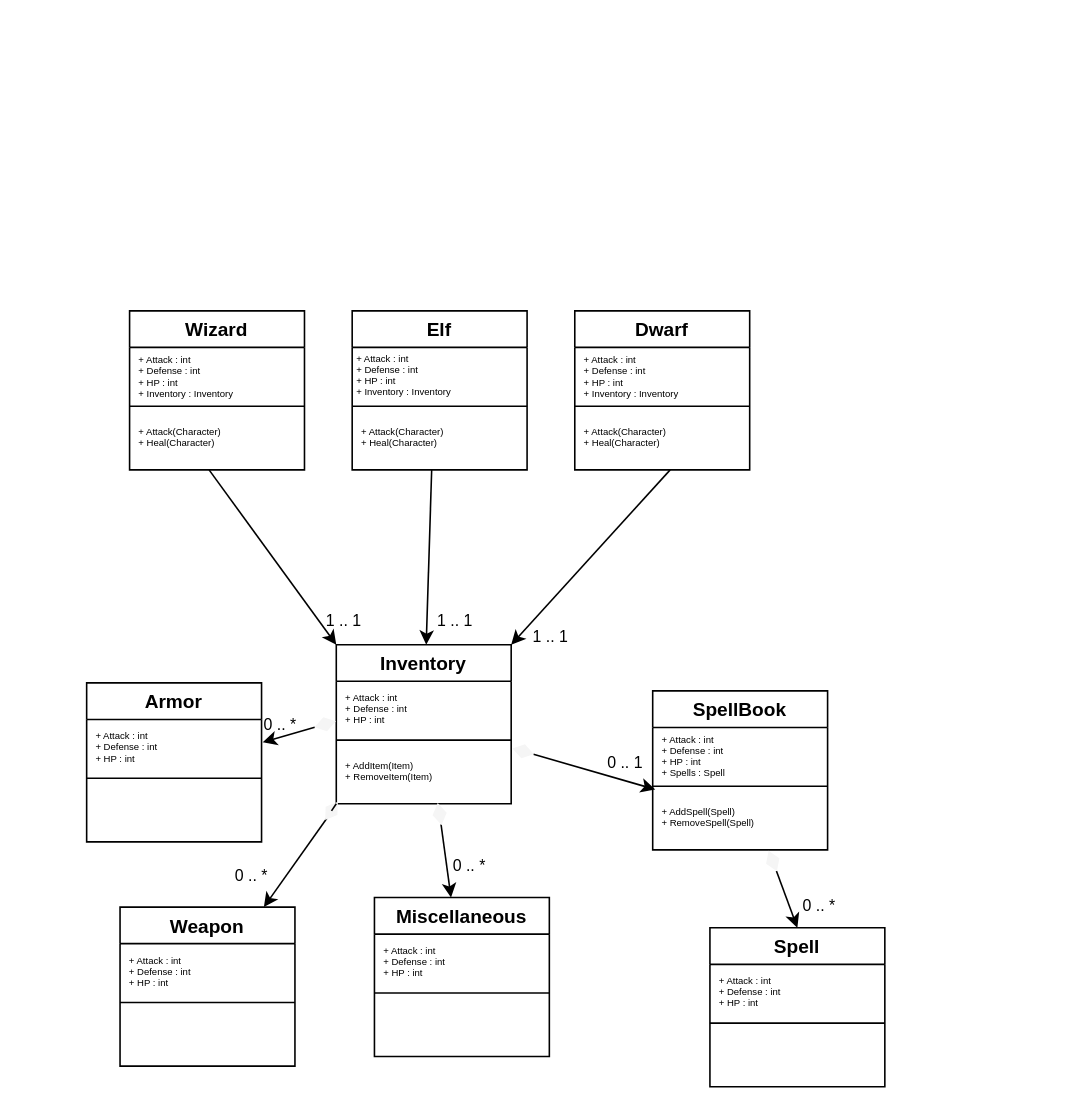
Above: Diagramas UML.drawio in charlis96/RolePlayGame_1_Start (draw.io), before the change. Source tidied: cells renumbered, new cells numbered last; positions are measured from the earlier drawing's top-left corner, leaving out a move shared by most shapes. Both pictures are drawn from the tidied source at 159%, with x=0, y=0 at pixel (86, 310).
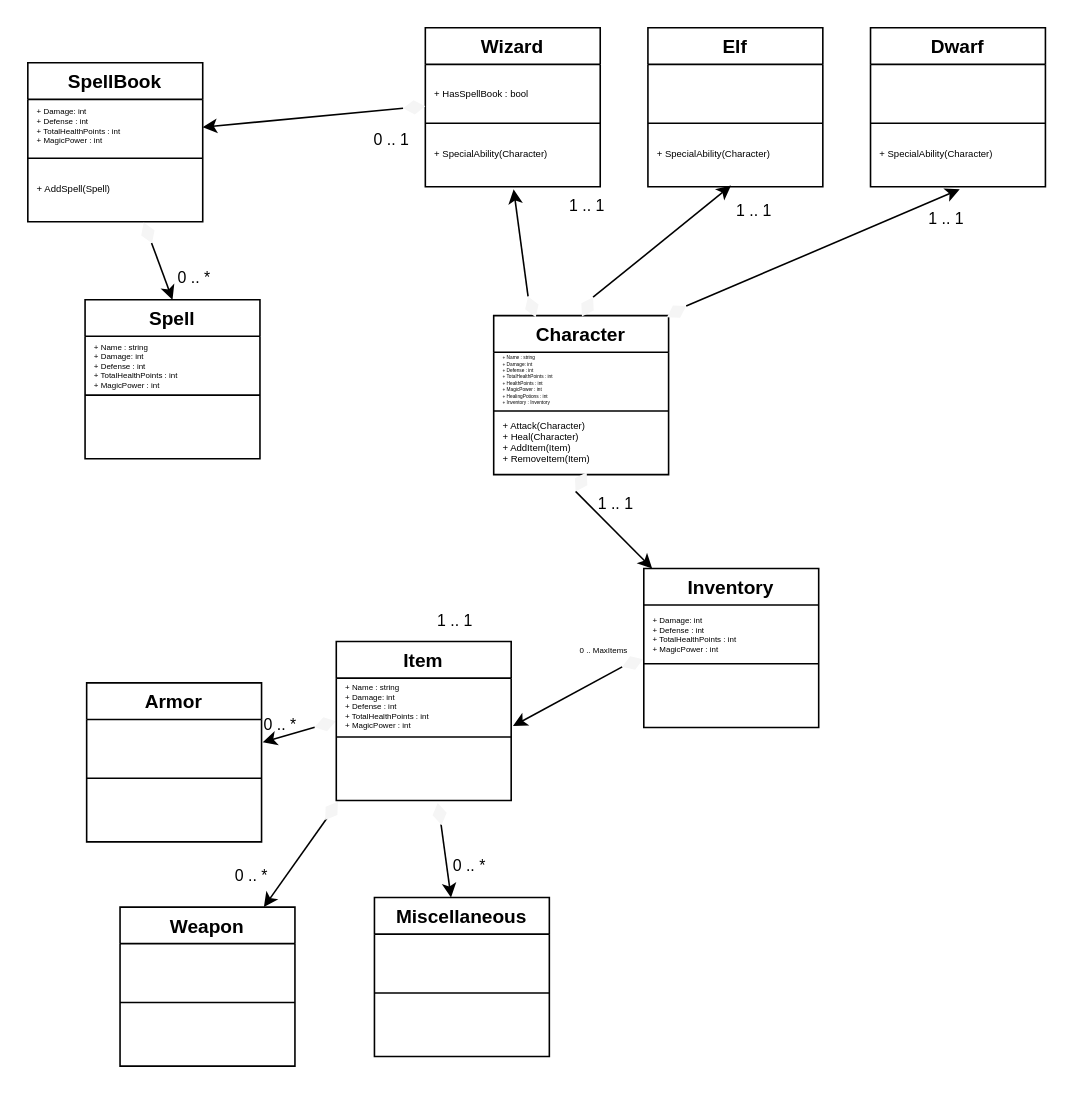
The same diagram, later.

Unchanged cells that the change refers to:
```xml
<mxCell id="27" value="Weapon" style="swimlane;" parent="1" vertex="1">
  <mxGeometry x="21" y="375" width="110" height="100" as="geometry" />
</mxCell>
<mxCell id="30" value="Armor" style="swimlane;" parent="1" vertex="1">
  <mxGeometry y="234" width="110" height="100" as="geometry" />
</mxCell>
<mxCell id="33" value="Miscellaneous" style="swimlane;" parent="1" vertex="1">
  <mxGeometry x="181" y="369" width="110" height="100" as="geometry" />
</mxCell>
<mxCell id="50" style="rhombus;whiteSpace=wrap;html=1;fontSize=6;fillColor=#f5f5f5;fontColor=#333333;strokeColor=none;rotation=-15;" parent="1" vertex="1">
  <mxGeometry x="143" y="255.5" width="14" height="9" as="geometry" />
</mxCell>
<mxCell id="52" style="rhombus;whiteSpace=wrap;html=1;fontSize=6;fillColor=#f5f5f5;fontColor=#333333;strokeColor=none;rotation=-55;" parent="1" vertex="1">
  <mxGeometry x="147" y="310" width="14" height="9" as="geometry" />
</mxCell>
<mxCell id="54" style="rhombus;whiteSpace=wrap;html=1;fontSize=6;fillColor=#f5f5f5;fontColor=#333333;strokeColor=none;rotation=-100;" parent="1" vertex="1">
  <mxGeometry x="215" y="312" width="14" height="9" as="geometry" />
</mxCell>
```

Diff of the diagram source:
```diff
@@
     <mxCell id="2" value="Elf" style="swimlane;" parent="1" vertex="1">
-      <mxGeometry x="167" width="110" height="100" as="geometry" />
+      <mxGeometry x="353" y="-178" width="110" height="100" as="geometry" />
     </mxCell>
@@
-    <mxCell id="4" value="+ Attack(Character)&#10;+ Heal(Character)" style="text;strokeColor=none;fillColor=none;align=left;verticalAlign=middle;spacingLeft=4;spacingRight=4;overflow=hidden;fontSize=6;" parent="2" vertex="1">
-      <mxGeometry y="70" width="70" height="20" as="geometry" />
-    </mxCell>
-    <mxCell id="5" value="+ Attack : int&#10;+ Defense : int&#10;+ HP : int&#10;+ Inventory : Inventory" style="text;strokeColor=none;fillColor=none;align=left;verticalAlign=middle;spacingLeft=4;spacingRight=4;overflow=hidden;fontSize=6;" parent="2" vertex="1">
-      <mxGeometry x="-3" y="24" width="80" height="34" as="geometry" />
-    </mxCell>
+    <mxCell id="59" value="+ SpecialAbility(Character)" style="text;strokeColor=none;fillColor=none;align=left;verticalAlign=middle;spacingLeft=4;spacingRight=4;overflow=hidden;points=[[0,0.5],[1,0.5]];portConstraint=eastwest;fontSize=6;" parent="2" vertex="1">
+      <mxGeometry y="60" width="110" height="40" as="geometry" />
+    </mxCell>
     <mxCell id="6" value="Wizard" style="swimlane;" parent="1" vertex="1">
-      <mxGeometry x="27" width="110" height="100" as="geometry" />
+      <mxGeometry x="213" y="-178" width="110" height="100" as="geometry" />
     </mxCell>
-    <mxCell id="7" value="+ Attack : int&#10;+ Defense : int&#10;+ HP : int&#10;+ Inventory : Inventory" style="text;strokeColor=none;fillColor=none;align=left;verticalAlign=middle;spacingLeft=4;spacingRight=4;overflow=hidden;fontSize=6;" parent="6" vertex="1">
-      <mxGeometry y="26" width="80" height="32" as="geometry" />
-    </mxCell>
-    <mxCell id="8" value="+ Attack(Character)&#10;+ Heal(Character)" style="text;strokeColor=none;fillColor=none;align=left;verticalAlign=middle;spacingLeft=4;spacingRight=4;overflow=hidden;points=[[0,0.5],[1,0.5]];portConstraint=eastwest;fontSize=6;" parent="6" vertex="1">
-      <mxGeometry y="70" width="70" height="20" as="geometry" />
+    <mxCell id="8" value="+ SpecialAbility(Character)" style="text;strokeColor=none;fillColor=none;align=left;verticalAlign=middle;spacingLeft=4;spacingRight=4;overflow=hidden;points=[[0,0.5],[1,0.5]];portConstraint=eastwest;fontSize=6;" parent="6" vertex="1">
+      <mxGeometry y="60" width="110" height="40" as="geometry" />
     </mxCell>
@@
+    <mxCell id="60" value="+ HasSpellBook : bool" style="text;strokeColor=none;fillColor=none;align=left;verticalAlign=middle;spacingLeft=4;spacingRight=4;overflow=hidden;fontSize=6;" parent="6" vertex="1">
+      <mxGeometry y="24" width="110" height="36" as="geometry" />
+    </mxCell>
     <mxCell id="10" value="Dwarf" style="swimlane;" parent="1" vertex="1">
-      <mxGeometry x="307" width="110" height="100" as="geometry" />
+      <mxGeometry x="493" y="-178" width="110" height="100" as="geometry" />
     </mxCell>
@@
-    <mxCell id="12" value="+ Attack(Character)&#10;+ Heal(Character)" style="text;strokeColor=none;fillColor=none;align=left;verticalAlign=middle;spacingLeft=4;spacingRight=4;overflow=hidden;fontSize=6;" parent="10" vertex="1">
-      <mxGeometry y="70" width="70" height="20" as="geometry" />
-    </mxCell>
-    <mxCell id="13" value="+ Attack : int&#10;+ Defense : int&#10;+ HP : int&#10;+ Inventory : Inventory" style="text;strokeColor=none;fillColor=none;align=left;verticalAlign=middle;spacingLeft=4;spacingRight=4;overflow=hidden;fontSize=6;" parent="10" vertex="1">
-      <mxGeometry y="26" width="80" height="32" as="geometry" />
-    </mxCell>
+    <mxCell id="61" value="+ SpecialAbility(Character)" style="text;strokeColor=none;fillColor=none;align=left;verticalAlign=middle;spacingLeft=4;spacingRight=4;overflow=hidden;points=[[0,0.5],[1,0.5]];portConstraint=eastwest;fontSize=6;" parent="10" vertex="1">
+      <mxGeometry y="60" width="110" height="40" as="geometry" />
+    </mxCell>
@@
-    <mxCell id="16" style="edgeStyle=none;html=1;fontSize=6;startArrow=none;" parent="1" edge="1" source="56">
-      <mxGeometry relative="1" as="geometry">
-        <mxPoint x="357.6" y="301" as="targetPoint" />
-      </mxGeometry>
-    </mxCell>
     <mxCell id="17" value="Inventory" style="swimlane;" parent="1" vertex="1">
-      <mxGeometry x="157" y="210" width="110" height="100" as="geometry" />
+      <mxGeometry x="350.4" y="162" width="110" height="100" as="geometry" />
     </mxCell>
-    <mxCell id="18" value="+ Attack : int&#10;+ Defense : int&#10;+ HP : int" style="text;strokeColor=none;fillColor=none;align=left;verticalAlign=middle;spacingLeft=4;spacingRight=4;overflow=hidden;points=[[0,0.5],[1,0.5]];portConstraint=eastwest;fontSize=6;" parent="17" vertex="1">
-      <mxGeometry y="26" width="60" height="30" as="geometry" />
-    </mxCell>
-    <mxCell id="19" value="+ AddItem(Item)&#10;+ RemoveItem(Item)" style="text;strokeColor=none;fillColor=none;align=left;verticalAlign=middle;spacingLeft=4;spacingRight=4;overflow=hidden;fontSize=6;" parent="17" vertex="1">
-      <mxGeometry y="70" width="80" height="20" as="geometry" />
-    </mxCell>
@@
-    <mxCell id="21" style="endArrow=classic;html=1;entryX=0;entryY=0;entryDx=0;entryDy=0;" parent="1" edge="1" target="17">
-      <mxGeometry relative="1" as="geometry">
-        <mxPoint x="77" y="100" as="sourcePoint" />
-      </mxGeometry>
-    </mxCell>
+    <mxCell id="62" value="+ Damage: int&#10;+ Defense : int&#10;+ TotalHealthPoints : int&#10;+ MagicPower : int" style="text;strokeColor=none;fillColor=none;align=left;verticalAlign=middle;spacingLeft=4;spacingRight=4;overflow=hidden;fontSize=5;" parent="17" vertex="1">
+      <mxGeometry y="24" width="110" height="37" as="geometry" />
+    </mxCell>
-    <mxCell id="22" style="endArrow=classic;html=1;" parent="1" edge="1" target="17">
-      <mxGeometry relative="1" as="geometry">
-        <mxPoint x="217" y="100" as="sourcePoint" />
-      </mxGeometry>
+    <mxCell id="22" style="endArrow=classic;html=1;exitX=0;exitY=0.5;exitDx=0;exitDy=0;" parent="1" edge="1" source="76" target="17">
+      <mxGeometry relative="1" as="geometry" />
     </mxCell>
-    <mxCell id="23" style="endArrow=classic;html=1;entryX=1;entryY=0;entryDx=0;entryDy=0;" parent="1" edge="1" target="17">
-      <mxGeometry relative="1" as="geometry">
-        <mxPoint x="367" y="100" as="sourcePoint" />
-      </mxGeometry>
-    </mxCell>
-    <mxCell id="24" value="&lt;font style=&quot;font-size: 10px&quot;&gt;1 .. 1&lt;/font&gt;" style="text;html=1;strokeColor=none;fillColor=none;align=center;verticalAlign=middle;whiteSpace=wrap;rounded=0;" parent="1" vertex="1">
-      <mxGeometry x="147" y="190" width="30" height="10" as="geometry" />
-    </mxCell>
@@
-    <mxCell id="26" value="&lt;font style=&quot;font-size: 10px&quot;&gt;1 .. 1&lt;/font&gt;" style="text;html=1;strokeColor=none;fillColor=none;align=center;verticalAlign=middle;whiteSpace=wrap;rounded=0;" parent="1" vertex="1">
-      <mxGeometry x="277" y="200" width="30" height="10" as="geometry" />
-    </mxCell>
@@
-    <mxCell id="28" value="+ Attack : int&#10;+ Defense : int&#10;+ HP : int" style="text;strokeColor=none;fillColor=none;align=left;verticalAlign=middle;spacingLeft=4;spacingRight=4;overflow=hidden;fontSize=6;" parent="27" vertex="1">
-      <mxGeometry y="26" width="60" height="30" as="geometry" />
-    </mxCell>
@@
-    <mxCell id="31" value="+ Attack : int&#10;+ Defense : int&#10;+ HP : int" style="text;strokeColor=none;fillColor=none;align=left;verticalAlign=middle;spacingLeft=4;spacingRight=4;overflow=hidden;fontSize=6;" parent="30" vertex="1">
-      <mxGeometry y="26" width="60" height="30" as="geometry" />
-    </mxCell>
@@
-    <mxCell id="34" value="+ Attack : int&#10;+ Defense : int&#10;+ HP : int" style="text;strokeColor=none;fillColor=none;align=left;verticalAlign=middle;spacingLeft=4;spacingRight=4;overflow=hidden;fontSize=6;" parent="33" vertex="1">
-      <mxGeometry y="26" width="60" height="30" as="geometry" />
-    </mxCell>
@@
     <mxCell id="37" value="SpellBook" style="swimlane;" parent="1" vertex="1">
-      <mxGeometry x="356" y="239" width="110" height="100" as="geometry" />
+      <mxGeometry x="-37" y="-156" width="110" height="100" as="geometry" />
     </mxCell>
-    <mxCell id="38" value="+ Attack : int&#10;+ Defense : int&#10;+ HP : int&#10;+ Spells : Spell" style="text;strokeColor=none;fillColor=none;align=left;verticalAlign=middle;spacingLeft=4;spacingRight=4;overflow=hidden;fontSize=6;" parent="37" vertex="1">
-      <mxGeometry y="26" width="60" height="30" as="geometry" />
-    </mxCell>
@@
-    <mxCell id="40" value="+ AddSpell(Spell)&#10;+ RemoveSpell(Spell)" style="text;strokeColor=none;fillColor=none;align=left;verticalAlign=middle;spacingLeft=4;spacingRight=4;overflow=hidden;fontSize=6;" parent="37" vertex="1">
-      <mxGeometry y="65" width="72" height="30" as="geometry" />
+    <mxCell id="40" value="+ AddSpell(Spell)" style="text;strokeColor=none;fillColor=none;align=left;verticalAlign=middle;spacingLeft=4;spacingRight=4;overflow=hidden;fontSize=6;" parent="37" vertex="1">
+      <mxGeometry y="61" width="110" height="38" as="geometry" />
     </mxCell>
+    <mxCell id="63" value="+ Damage: int&#10;+ Defense : int&#10;+ TotalHealthPoints : int&#10;+ MagicPower : int" style="text;strokeColor=none;fillColor=none;align=left;verticalAlign=middle;spacingLeft=4;spacingRight=4;overflow=hidden;points=[[0,0.5],[1,0.5]];portConstraint=eastwest;fontSize=5;" parent="37" vertex="1">
+      <mxGeometry y="22" width="110" height="37" as="geometry" />
+    </mxCell>
     <mxCell id="41" value="Spell" style="swimlane;" parent="1" vertex="1">
-      <mxGeometry x="392" y="388" width="110" height="100" as="geometry" />
+      <mxGeometry x="-1" y="-7" width="110" height="100" as="geometry" />
     </mxCell>
-    <mxCell id="42" value="+ Attack : int&#10;+ Defense : int&#10;+ HP : int" style="text;strokeColor=none;fillColor=none;align=left;verticalAlign=middle;spacingLeft=4;spacingRight=4;overflow=hidden;fontSize=6;" parent="41" vertex="1">
-      <mxGeometry y="26" width="60" height="30" as="geometry" />
-    </mxCell>
@@
+    <mxCell id="64" value="+ Name : string&#10;+ Damage: int&#10;+ Defense : int&#10;+ TotalHealthPoints : int&#10;+ MagicPower : int" style="text;strokeColor=none;fillColor=none;align=left;verticalAlign=middle;spacingLeft=4;spacingRight=4;overflow=hidden;fontSize=5;" parent="41" vertex="1">
+      <mxGeometry y="24" width="110" height="37" as="geometry" />
+    </mxCell>
@@
-    <mxCell id="48" value="&lt;font style=&quot;font-size: 10px&quot;&gt;0 .. 1&lt;/font&gt;" style="text;html=1;strokeColor=none;fillColor=none;align=center;verticalAlign=middle;whiteSpace=wrap;rounded=0;" parent="1" vertex="1">
-      <mxGeometry x="324" y="279" width="30" height="10" as="geometry" />
-    </mxCell>
     <mxCell id="49" value="&lt;font style=&quot;font-size: 10px&quot;&gt;0 .. *&lt;/font&gt;" style="text;html=1;strokeColor=none;fillColor=none;align=center;verticalAlign=middle;whiteSpace=wrap;rounded=0;" parent="1" vertex="1">
-      <mxGeometry x="446" y="369" width="30" height="10" as="geometry" />
+      <mxGeometry x="53" y="-26" width="30" height="10" as="geometry" />
     </mxCell>
@@
-    <mxCell id="51" style="edgeStyle=none;html=1;fontSize=6;endArrow=none;" parent="1" edge="1" source="18" target="50">
-      <mxGeometry relative="1" as="geometry" />
+    <mxCell id="51" style="edgeStyle=none;html=1;fontSize=6;endArrow=none;" parent="1" edge="1">
+      <mxGeometry relative="1" as="geometry">
+        <mxPoint x="350.4" y="210.3" as="sourcePoint" />
+        <mxPoint x="350" y="210.4" as="targetPoint" />
+      </mxGeometry>
     </mxCell>
@@
-    <mxCell id="53" style="edgeStyle=none;html=1;exitX=0;exitY=1;exitDx=0;exitDy=0;fontSize=6;endArrow=none;" parent="1" edge="1" source="17" target="52">
-      <mxGeometry relative="1" as="geometry" />
-    </mxCell>
@@
-    <mxCell id="55" style="edgeStyle=none;html=1;fontSize=6;endArrow=none;" parent="1" edge="1" source="17" target="54">
-      <mxGeometry relative="1" as="geometry" />
+    <mxCell id="55" style="edgeStyle=none;html=1;fontSize=6;endArrow=none;" parent="1" edge="1" source="17">
+      <mxGeometry relative="1" as="geometry">
+        <mxPoint x="414.2" y="261.6" as="targetPoint" />
+      </mxGeometry>
     </mxCell>
-    <mxCell id="56" style="rhombus;whiteSpace=wrap;html=1;fontSize=6;fillColor=#f5f5f5;fontColor=#333333;strokeColor=none;rotation=-75;direction=south;" parent="1" vertex="1">
-      <mxGeometry x="270" y="270" width="9" height="14" as="geometry" />
-    </mxCell>
-    <mxCell id="57" style="edgeStyle=none;html=1;fontSize=6;endArrow=none;" parent="1" edge="1" source="17" target="56">
-      <mxGeometry relative="1" as="geometry" />
+    <mxCell id="57" style="edgeStyle=none;html=1;fontSize=6;endArrow=none;" parent="1" edge="1" source="17">
+      <mxGeometry relative="1" as="geometry">
+        <mxPoint x="461.2" y="227.2" as="targetPoint" />
+      </mxGeometry>
     </mxCell>
     <mxCell id="58" style="rhombus;whiteSpace=wrap;html=1;fontSize=6;fillColor=#f5f5f5;fontColor=#333333;strokeColor=none;rotation=-22;direction=south;" parent="1" vertex="1">
-      <mxGeometry x="427" y="339" width="9" height="14" as="geometry" />
+      <mxGeometry x="34" y="-56" width="9" height="14" as="geometry" />
     </mxCell>
+    <mxCell id="65" style="edgeStyle=none;html=1;entryX=0.475;entryY=0.981;entryDx=0;entryDy=0;entryPerimeter=0;fontSize=5;exitX=1;exitY=0.5;exitDx=0;exitDy=0;" parent="1" edge="1" source="78" target="59">
+      <mxGeometry relative="1" as="geometry" />
+    </mxCell>
+    <mxCell id="66" style="edgeStyle=none;html=1;entryX=0.51;entryY=1.04;entryDx=0;entryDy=0;entryPerimeter=0;fontSize=5;exitX=1;exitY=0.5;exitDx=0;exitDy=0;" parent="1" edge="1" source="79" target="61">
+      <mxGeometry relative="1" as="geometry" />
+    </mxCell>
+    <mxCell id="67" value="Character" style="swimlane;" parent="1" vertex="1">
+      <mxGeometry x="256" y="3" width="110" height="100" as="geometry" />
+    </mxCell>
+    <mxCell id="68" value="+ Name : string&#10;+ Damage: int&#10;+ Defense : int&#10;+ TotalHealthPoints : int&#10;+ HealthPoints : int&#10;+ MagicPower : int&#10;+ HealingPotions : int&#10;+ Inventory : Inventory" style="text;strokeColor=none;fillColor=none;align=left;verticalAlign=middle;spacingLeft=4;spacingRight=4;overflow=hidden;fontSize=3;" parent="67" vertex="1">
+      <mxGeometry y="23" width="110" height="37" as="geometry" />
+    </mxCell>
+    <mxCell id="69" value="+ Attack(Character)&#10;+ Heal(Character)&#10;+ AddItem(Item)&#10;+ RemoveItem(Item)" style="text;strokeColor=none;fillColor=none;align=left;verticalAlign=middle;spacingLeft=4;spacingRight=4;overflow=hidden;fontSize=6;" parent="67" vertex="1">
+      <mxGeometry y="60" width="110" height="40" as="geometry" />
+    </mxCell>
+    <mxCell id="70" style="endArrow=none;html=1;fontSize=6;" parent="67" edge="1">
+      <mxGeometry relative="1" as="geometry">
+        <mxPoint y="60" as="sourcePoint" />
+        <mxPoint x="110" y="60" as="targetPoint" />
+      </mxGeometry>
+    </mxCell>
+    <mxCell id="71" style="endArrow=classic;html=1;entryX=0.505;entryY=1.04;entryDx=0;entryDy=0;entryPerimeter=0;exitX=1;exitY=0.5;exitDx=0;exitDy=0;" parent="1" edge="1" source="77" target="8">
+      <mxGeometry relative="1" as="geometry" />
+    </mxCell>
+    <mxCell id="72" value="&lt;font style=&quot;font-size: 10px&quot;&gt;1 .. 1&lt;/font&gt;" style="text;html=1;strokeColor=none;fillColor=none;align=center;verticalAlign=middle;whiteSpace=wrap;rounded=0;" parent="1" vertex="1">
+      <mxGeometry x="300" y="-71" width="30" height="10" as="geometry" />
+    </mxCell>
+    <mxCell id="73" value="&lt;font style=&quot;font-size: 10px&quot;&gt;1 .. 1&lt;/font&gt;" style="text;html=1;strokeColor=none;fillColor=none;align=center;verticalAlign=middle;whiteSpace=wrap;rounded=0;" parent="1" vertex="1">
+      <mxGeometry x="405" y="-68" width="30" height="10" as="geometry" />
+    </mxCell>
+    <mxCell id="74" value="&lt;font style=&quot;font-size: 10px&quot;&gt;1 .. 1&lt;/font&gt;" style="text;html=1;strokeColor=none;fillColor=none;align=center;verticalAlign=middle;whiteSpace=wrap;rounded=0;" parent="1" vertex="1">
+      <mxGeometry x="526" y="-63" width="30" height="10" as="geometry" />
+    </mxCell>
+    <mxCell id="75" style="endArrow=classic;html=1;entryX=1;entryY=0.5;entryDx=0;entryDy=0;exitX=0;exitY=0.5;exitDx=0;exitDy=0;" parent="1" edge="1" source="80" target="63">
+      <mxGeometry relative="1" as="geometry" />
+    </mxCell>
+    <mxCell id="48" value="&lt;font style=&quot;font-size: 10px&quot;&gt;0 .. 1&lt;/font&gt;" style="text;html=1;strokeColor=none;fillColor=none;align=center;verticalAlign=middle;whiteSpace=wrap;rounded=0;" parent="1" vertex="1">
+      <mxGeometry x="177" y="-113" width="30" height="10" as="geometry" />
+    </mxCell>
+    <mxCell id="76" style="rhombus;whiteSpace=wrap;html=1;fontSize=6;fillColor=#f5f5f5;fontColor=#333333;strokeColor=none;rotation=-60;" parent="1" vertex="1">
+      <mxGeometry x="304" y="103" width="14" height="9" as="geometry" />
+    </mxCell>
+    <mxCell id="77" style="rhombus;whiteSpace=wrap;html=1;fontSize=6;fillColor=#f5f5f5;fontColor=#333333;strokeColor=none;rotation=-110;" parent="1" vertex="1">
+      <mxGeometry x="273" y="-7" width="14" height="9" as="geometry" />
+    </mxCell>
+    <mxCell id="78" style="rhombus;whiteSpace=wrap;html=1;fontSize=6;fillColor=#f5f5f5;fontColor=#333333;strokeColor=none;rotation=-60;" parent="1" vertex="1">
+      <mxGeometry x="308" y="-7" width="14" height="9" as="geometry" />
+    </mxCell>
+    <mxCell id="79" style="rhombus;whiteSpace=wrap;html=1;fontSize=6;fillColor=#f5f5f5;fontColor=#333333;strokeColor=none;rotation=-30;" parent="1" vertex="1">
+      <mxGeometry x="364" y="-4" width="14" height="9" as="geometry" />
+    </mxCell>
+    <mxCell id="80" style="rhombus;whiteSpace=wrap;html=1;fontSize=6;fillColor=#f5f5f5;fontColor=#333333;strokeColor=none;rotation=-5;" parent="1" vertex="1">
+      <mxGeometry x="199" y="-132.5" width="14" height="9" as="geometry" />
+    </mxCell>
+    <mxCell id="81" value="Item" style="swimlane;" parent="1" vertex="1">
+      <mxGeometry x="157" y="208" width="110" height="100" as="geometry" />
+    </mxCell>
+    <mxCell id="82" style="endArrow=none;html=1;fontSize=6;" parent="81" edge="1">
+      <mxGeometry relative="1" as="geometry">
+        <mxPoint y="60" as="sourcePoint" />
+        <mxPoint x="110" y="60" as="targetPoint" />
+      </mxGeometry>
+    </mxCell>
+    <mxCell id="83" value="+ Name : string&#10;+ Damage: int&#10;+ Defense : int&#10;+ TotalHealthPoints : int&#10;+ MagicPower : int" style="text;strokeColor=none;fillColor=none;align=left;verticalAlign=middle;spacingLeft=4;spacingRight=4;overflow=hidden;points=[[0,0.5],[1,0.5]];portConstraint=eastwest;fontSize=5;" parent="81" vertex="1">
+      <mxGeometry y="23" width="110" height="37" as="geometry" />
+    </mxCell>
+    <mxCell id="84" style="endArrow=classic;html=1;entryX=1.01;entryY=0.815;entryDx=0;entryDy=0;entryPerimeter=0;exitX=0;exitY=0.5;exitDx=0;exitDy=0;" parent="1" edge="1" source="85" target="83">
+      <mxGeometry relative="1" as="geometry" />
+    </mxCell>
+    <mxCell id="85" style="rhombus;whiteSpace=wrap;html=1;fontSize=6;fillColor=#f5f5f5;fontColor=#333333;strokeColor=none;rotation=-20;" parent="1" vertex="1">
+      <mxGeometry x="336.4" y="217" width="14" height="9" as="geometry" />
+    </mxCell>
+    <mxCell id="86" value="&lt;font style=&quot;font-size: 10px&quot;&gt;1 .. 1&lt;/font&gt;" style="text;html=1;strokeColor=none;fillColor=none;align=center;verticalAlign=middle;whiteSpace=wrap;rounded=0;" parent="1" vertex="1">
+      <mxGeometry x="318" y="116" width="30" height="10" as="geometry" />
+    </mxCell>
+    <mxCell id="87" value="&lt;font style=&quot;font-size: 5px&quot;&gt;0 .. MaxItems&lt;/font&gt;" style="text;html=1;strokeColor=none;fillColor=none;align=center;verticalAlign=middle;whiteSpace=wrap;rounded=0;" parent="1" vertex="1">
+      <mxGeometry x="308" y="205.5" width="35" height="13" as="geometry" />
+    </mxCell>
```
